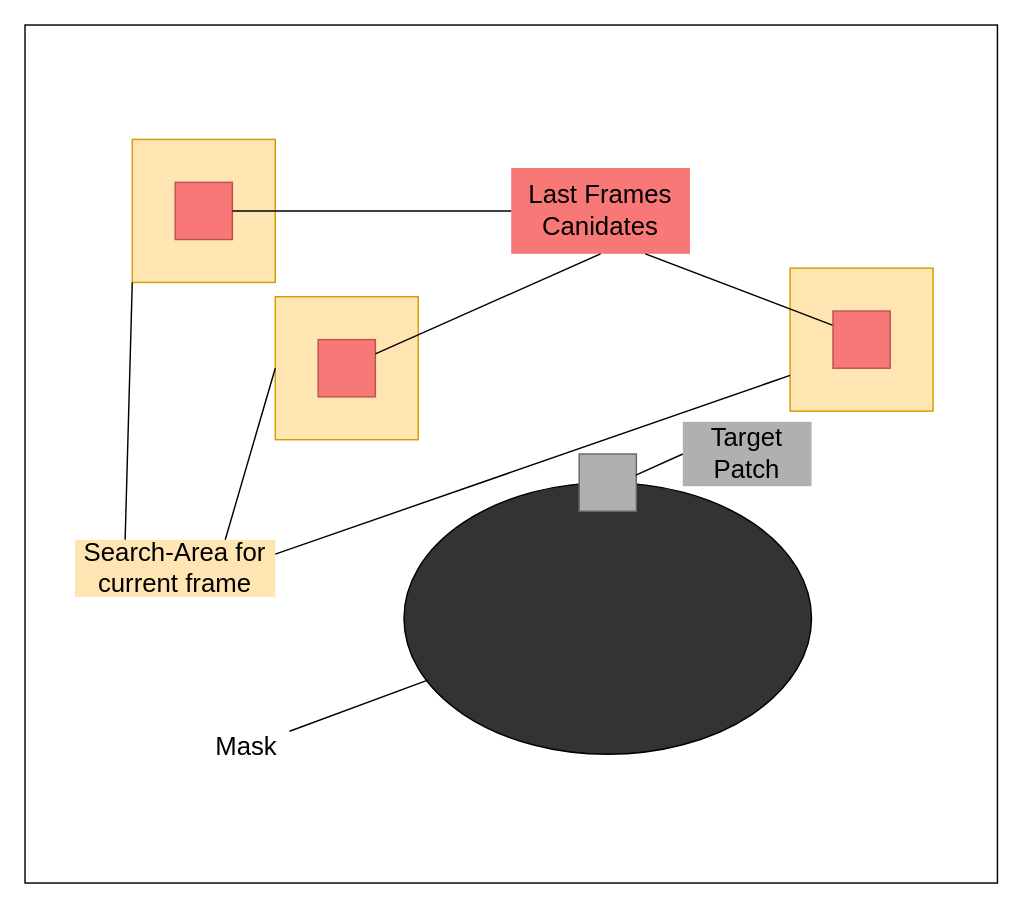
Earlier version of the draw.io diagram Thesis/documents/HgbThesisEN/images/NLTMImprovement.drawio (Shebbyy/InpaintAR). Source tidied: cells renumbered, new cells numbered last; positions are measured from the earlier drawing's top-left corner, leaving out a move shared by most shapes. Both pictures are drawn from the tidied source at 143%, with x=0, y=0 at pixel (24, 24).
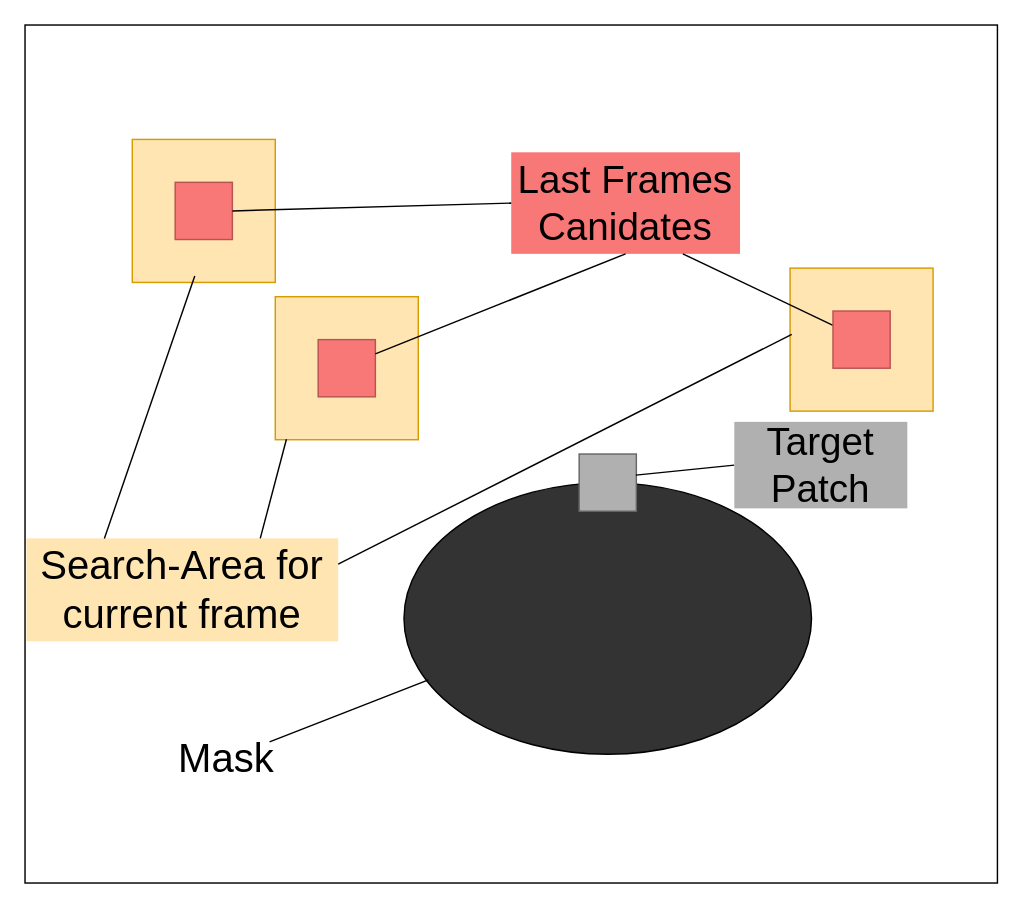
The same page after the edit.

Commit message (it also covers changes not shown here):
Improved sketches and diagrams to be more readable

Unchanged cells that the change refers to:
```xml
<mxCell id="10" style="whiteSpace=wrap;html=1;fillColor=#FFE5B2;strokeColor=#d79b00;" parent="1" vertex="1">
  <mxGeometry x="175" y="190" width="100" height="100" as="geometry" />
</mxCell>
<mxCell id="12" style="whiteSpace=wrap;html=1;fillColor=#FFE5B2;strokeColor=#d79b00;" parent="1" vertex="1">
  <mxGeometry x="75" y="80" width="100" height="100" as="geometry" />
</mxCell>
<mxCell id="14" style="whiteSpace=wrap;html=1;fillColor=#FFE5B2;strokeColor=#d79b00;" parent="1" vertex="1">
  <mxGeometry x="535" y="170" width="100" height="100" as="geometry" />
</mxCell>
```

What changed in the source:
```diff
@@
-    <mxCell id="6" value="&lt;font style=&quot;font-size: 18px;&quot;&gt;Mask&lt;/font&gt;" style="text;html=1;whiteSpace=wrap;strokeColor=none;fillColor=none;align=center;verticalAlign=middle;rounded=0;" parent="1" vertex="1">
-      <mxGeometry x="125" y="490" width="60" height="30" as="geometry" />
+    <mxCell id="6" value="&lt;font style=&quot;font-size: 28px;&quot;&gt;Mask&lt;/font&gt;" style="text;html=1;whiteSpace=wrap;strokeColor=none;fillColor=none;align=center;verticalAlign=middle;rounded=0;" parent="1" vertex="1">
+      <mxGeometry x="111" y="498" width="60" height="30" as="geometry" />
     </mxCell>
@@
-    <mxCell id="8" value="&lt;font style=&quot;font-size: 18px;&quot;&gt;Target Patch&lt;/font&gt;" style="text;html=1;whiteSpace=wrap;strokeColor=none;fillColor=#B0B0B0;align=center;verticalAlign=middle;rounded=0;" parent="1" vertex="1">
-      <mxGeometry x="460" y="277.5" width="90" height="45" as="geometry" />
+    <mxCell id="8" value="&lt;font style=&quot;font-size: 27px;&quot;&gt;Target Patch&lt;/font&gt;" style="text;html=1;whiteSpace=wrap;strokeColor=none;fillColor=#B0B0B0;align=center;verticalAlign=middle;rounded=0;" parent="1" vertex="1">
+      <mxGeometry x="496" y="277.5" width="121" height="60.5" as="geometry" />
     </mxCell>
-    <mxCell id="9" value="&lt;font style=&quot;font-size: 18px;&quot;&gt;Last Frames Canidates&lt;/font&gt;" style="text;html=1;whiteSpace=wrap;strokeColor=none;fillColor=#F87777;align=center;verticalAlign=middle;rounded=0;" parent="1" vertex="1">
-      <mxGeometry x="340" y="100" width="125" height="60" as="geometry" />
+    <mxCell id="9" value="&lt;font style=&quot;font-size: 27px;&quot;&gt;Last Frames Canidates&lt;/font&gt;" style="text;html=1;whiteSpace=wrap;strokeColor=none;fillColor=#F87777;align=center;verticalAlign=middle;rounded=0;" parent="1" vertex="1">
+      <mxGeometry x="340" y="89" width="160" height="71" as="geometry" />
     </mxCell>
@@
-    <mxCell id="19" value="&lt;font style=&quot;font-size: 18px;&quot;&gt;Search-Area for current frame&lt;/font&gt;" style="text;html=1;whiteSpace=wrap;strokeColor=none;fillColor=#FFE5B2;align=center;verticalAlign=middle;rounded=0;" parent="1" vertex="1">
-      <mxGeometry x="35" y="360" width="140" height="40" as="geometry" />
+    <mxCell id="19" value="&lt;font style=&quot;font-size: 28px;&quot;&gt;Search-Area for current frame&lt;/font&gt;" style="text;html=1;whiteSpace=wrap;strokeColor=none;fillColor=#FFE5B2;align=center;verticalAlign=middle;rounded=0;" parent="1" vertex="1">
+      <mxGeometry x="1" y="359" width="218" height="72" as="geometry" />
     </mxCell>
-    <mxCell id="20" style="endArrow=none;html=1;rounded=0;exitX=0.25;exitY=0;exitDx=0;exitDy=0;entryX=0;entryY=1;entryDx=0;entryDy=0;" parent="1" edge="1" source="19" target="12">
+    <mxCell id="20" style="endArrow=none;html=1;rounded=0;exitX=0.25;exitY=0;exitDx=0;exitDy=0;entryX=0.437;entryY=0.955;entryDx=0;entryDy=0;entryPerimeter=0;" parent="1" edge="1" source="19" target="12">
       <mxGeometry relative="1" as="geometry" />
     </mxCell>
-    <mxCell id="21" style="endArrow=none;html=1;rounded=0;exitX=0.75;exitY=0;exitDx=0;exitDy=0;entryX=0;entryY=0.5;entryDx=0;entryDy=0;" parent="1" edge="1" source="19" target="10">
+    <mxCell id="21" style="endArrow=none;html=1;rounded=0;exitX=0.75;exitY=0;exitDx=0;exitDy=0;entryX=0.078;entryY=0.997;entryDx=0;entryDy=0;entryPerimeter=0;" parent="1" edge="1" source="19" target="10">
       <mxGeometry relative="1" as="geometry" />
     </mxCell>
-    <mxCell id="22" style="endArrow=none;html=1;rounded=0;entryX=0;entryY=0.75;entryDx=0;entryDy=0;exitX=1;exitY=0.25;exitDx=0;exitDy=0;" parent="1" edge="1" source="19" target="14">
+    <mxCell id="22" style="endArrow=none;html=1;rounded=0;entryX=0.012;entryY=0.463;entryDx=0;entryDy=0;exitX=1;exitY=0.25;exitDx=0;exitDy=0;entryPerimeter=0;" parent="1" edge="1" source="19" target="14">
       <mxGeometry relative="1" as="geometry" />
     </mxCell>
```
